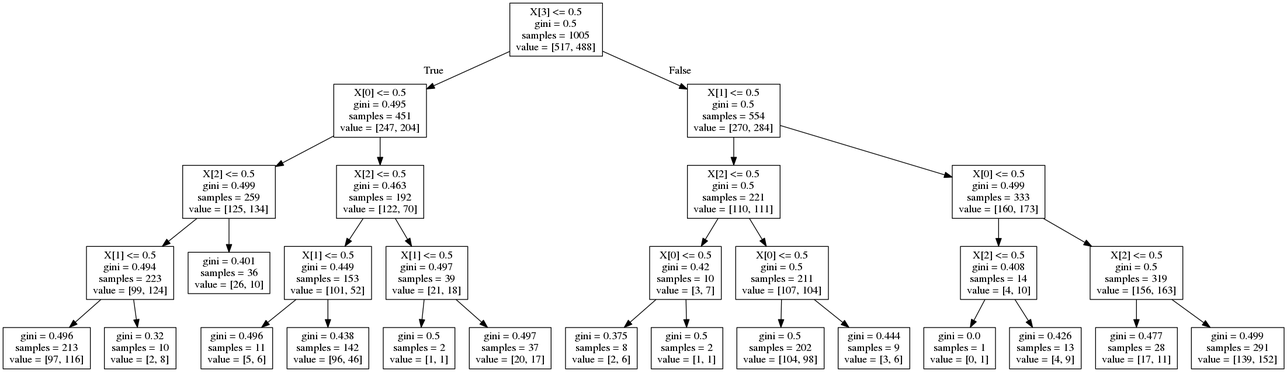
This is tree.png from eduardocurado/crypto_bot, a Graphviz export, as it was before one commit. Its source is kept beside it as tree.dot. The source it was exported from:
```dot
digraph Tree {
node [shape=box] ;
0 [label="X[3] <= 0.5\ngini = 0.5\nsamples = 1005\nvalue = [517, 488]"] ;
1 [label="X[0] <= 0.5\ngini = 0.495\nsamples = 451\nvalue = [247, 204]"] ;
0 -> 1 [labeldistance=2.5, labelangle=45, headlabel="True"] ;
2 [label="X[2] <= 0.5\ngini = 0.499\nsamples = 259\nvalue = [125, 134]"] ;
1 -> 2 ;
3 [label="X[1] <= 0.5\ngini = 0.494\nsamples = 223\nvalue = [99, 124]"] ;
2 -> 3 ;
4 [label="gini = 0.496\nsamples = 213\nvalue = [97, 116]"] ;
3 -> 4 ;
5 [label="gini = 0.32\nsamples = 10\nvalue = [2, 8]"] ;
3 -> 5 ;
6 [label="gini = 0.401\nsamples = 36\nvalue = [26, 10]"] ;
2 -> 6 ;
7 [label="X[2] <= 0.5\ngini = 0.463\nsamples = 192\nvalue = [122, 70]"] ;
1 -> 7 ;
8 [label="X[1] <= 0.5\ngini = 0.449\nsamples = 153\nvalue = [101, 52]"] ;
7 -> 8 ;
9 [label="gini = 0.496\nsamples = 11\nvalue = [5, 6]"] ;
8 -> 9 ;
10 [label="gini = 0.438\nsamples = 142\nvalue = [96, 46]"] ;
8 -> 10 ;
11 [label="X[1] <= 0.5\ngini = 0.497\nsamples = 39\nvalue = [21, 18]"] ;
7 -> 11 ;
12 [label="gini = 0.5\nsamples = 2\nvalue = [1, 1]"] ;
11 -> 12 ;
13 [label="gini = 0.497\nsamples = 37\nvalue = [20, 17]"] ;
11 -> 13 ;
14 [label="X[1] <= 0.5\ngini = 0.5\nsamples = 554\nvalue = [270, 284]"] ;
0 -> 14 [labeldistance=2.5, labelangle=-45, headlabel="False"] ;
15 [label="X[2] <= 0.5\ngini = 0.5\nsamples = 221\nvalue = [110, 111]"] ;
14 -> 15 ;
16 [label="X[0] <= 0.5\ngini = 0.42\nsamples = 10\nvalue = [3, 7]"] ;
15 -> 16 ;
17 [label="gini = 0.375\nsamples = 8\nvalue = [2, 6]"] ;
16 -> 17 ;
18 [label="gini = 0.5\nsamples = 2\nvalue = [1, 1]"] ;
16 -> 18 ;
19 [label="X[0] <= 0.5\ngini = 0.5\nsamples = 211\nvalue = [107, 104]"] ;
15 -> 19 ;
20 [label="gini = 0.5\nsamples = 202\nvalue = [104, 98]"] ;
19 -> 20 ;
21 [label="gini = 0.444\nsamples = 9\nvalue = [3, 6]"] ;
19 -> 21 ;
22 [label="X[0] <= 0.5\ngini = 0.499\nsamples = 333\nvalue = [160, 173]"] ;
14 -> 22 ;
23 [label="X[2] <= 0.5\ngini = 0.408\nsamples = 14\nvalue = [4, 10]"] ;
22 -> 23 ;
24 [label="gini = 0.0\nsamples = 1\nvalue = [0, 1]"] ;
23 -> 24 ;
25 [label="gini = 0.426\nsamples = 13\nvalue = [4, 9]"] ;
23 -> 25 ;
26 [label="X[2] <= 0.5\ngini = 0.5\nsamples = 319\nvalue = [156, 163]"] ;
22 -> 26 ;
27 [label="gini = 0.477\nsamples = 28\nvalue = [17, 11]"] ;
26 -> 27 ;
28 [label="gini = 0.499\nsamples = 291\nvalue = [139, 152]"] ;
26 -> 28 ;
}
```
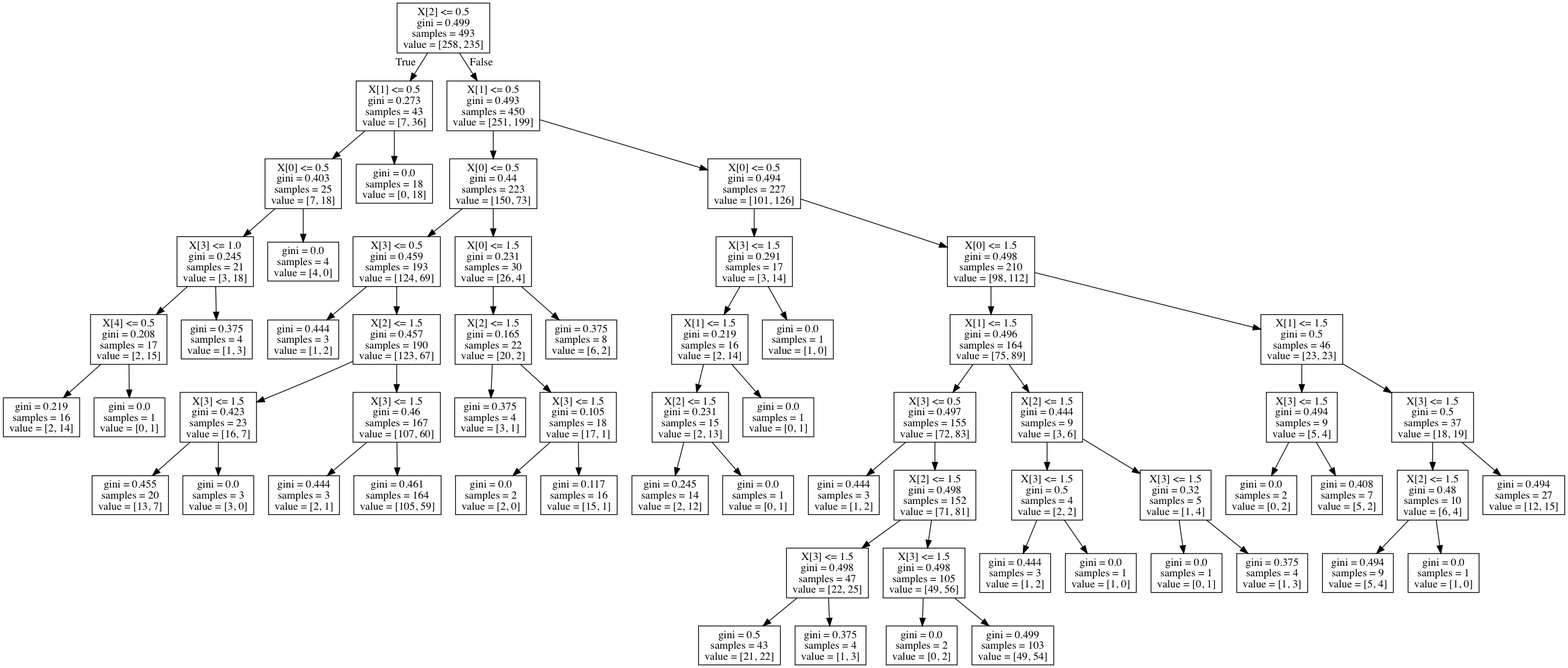
The same diagram one commit later.

The edit, as a diff of the source:
```diff
@@ -1,60 +1,128 @@
 digraph Tree {
 node [shape=box] ;
-0 [label="X[3] <= 0.5\ngini = 0.5\nsamples = 1005\nvalue = [517, 488]"] ;
-1 [label="X[0] <= 0.5\ngini = 0.495\nsamples = 451\nvalue = [247, 204]"] ;
+0 [label="X[2] <= 0.5\ngini = 0.499\nsamples = 493\nvalue = [258, 235]"] ;
+1 [label="X[1] <= 0.5\ngini = 0.273\nsamples = 43\nvalue = [7, 36]"] ;
 0 -> 1 [labeldistance=2.5, labelangle=45, headlabel="True"] ;
-2 [label="X[2] <= 0.5\ngini = 0.499\nsamples = 259\nvalue = [125, 134]"] ;
+2 [label="X[0] <= 0.5\ngini = 0.403\nsamples = 25\nvalue = [7, 18]"] ;
 1 -> 2 ;
-3 [label="X[1] <= 0.5\ngini = 0.494\nsamples = 223\nvalue = [99, 124]"] ;
+3 [label="X[3] <= 1.0\ngini = 0.245\nsamples = 21\nvalue = [3, 18]"] ;
 2 -> 3 ;
-4 [label="gini = 0.496\nsamples = 213\nvalue = [97, 116]"] ;
+4 [label="X[4] <= 0.5\ngini = 0.208\nsamples = 17\nvalue = [2, 15]"] ;
 3 -> 4 ;
-5 [label="gini = 0.32\nsamples = 10\nvalue = [2, 8]"] ;
-3 -> 5 ;
-6 [label="gini = 0.401\nsamples = 36\nvalue = [26, 10]"] ;
-2 -> 6 ;
-7 [label="X[2] <= 0.5\ngini = 0.463\nsamples = 192\nvalue = [122, 70]"] ;
-1 -> 7 ;
-8 [label="X[1] <= 0.5\ngini = 0.449\nsamples = 153\nvalue = [101, 52]"] ;
-7 -> 8 ;
-9 [label="gini = 0.496\nsamples = 11\nvalue = [5, 6]"] ;
-8 -> 9 ;
-10 [label="gini = 0.438\nsamples = 142\nvalue = [96, 46]"] ;
-8 -> 10 ;
-11 [label="X[1] <= 0.5\ngini = 0.497\nsamples = 39\nvalue = [21, 18]"] ;
-7 -> 11 ;
-12 [label="gini = 0.5\nsamples = 2\nvalue = [1, 1]"] ;
+5 [label="gini = 0.219\nsamples = 16\nvalue = [2, 14]"] ;
+4 -> 5 ;
+6 [label="gini = 0.0\nsamples = 1\nvalue = [0, 1]"] ;
+4 -> 6 ;
+7 [label="gini = 0.375\nsamples = 4\nvalue = [1, 3]"] ;
+3 -> 7 ;
+8 [label="gini = 0.0\nsamples = 4\nvalue = [4, 0]"] ;
+2 -> 8 ;
+9 [label="gini = 0.0\nsamples = 18\nvalue = [0, 18]"] ;
+1 -> 9 ;
+10 [label="X[1] <= 0.5\ngini = 0.493\nsamples = 450\nvalue = [251, 199]"] ;
+0 -> 10 [labeldistance=2.5, labelangle=-45, headlabel="False"] ;
+11 [label="X[0] <= 0.5\ngini = 0.44\nsamples = 223\nvalue = [150, 73]"] ;
+10 -> 11 ;
+12 [label="X[3] <= 0.5\ngini = 0.459\nsamples = 193\nvalue = [124, 69]"] ;
 11 -> 12 ;
-13 [label="gini = 0.497\nsamples = 37\nvalue = [20, 17]"] ;
-11 -> 13 ;
-14 [label="X[1] <= 0.5\ngini = 0.5\nsamples = 554\nvalue = [270, 284]"] ;
-0 -> 14 [labeldistance=2.5, labelangle=-45, headlabel="False"] ;
-15 [label="X[2] <= 0.5\ngini = 0.5\nsamples = 221\nvalue = [110, 111]"] ;
+13 [label="gini = 0.444\nsamples = 3\nvalue = [1, 2]"] ;
+12 -> 13 ;
+14 [label="X[2] <= 1.5\ngini = 0.457\nsamples = 190\nvalue = [123, 67]"] ;
+12 -> 14 ;
+15 [label="X[3] <= 1.5\ngini = 0.423\nsamples = 23\nvalue = [16, 7]"] ;
 14 -> 15 ;
-16 [label="X[0] <= 0.5\ngini = 0.42\nsamples = 10\nvalue = [3, 7]"] ;
+16 [label="gini = 0.455\nsamples = 20\nvalue = [13, 7]"] ;
 15 -> 16 ;
-17 [label="gini = 0.375\nsamples = 8\nvalue = [2, 6]"] ;
-16 -> 17 ;
-18 [label="gini = 0.5\nsamples = 2\nvalue = [1, 1]"] ;
-16 -> 18 ;
-19 [label="X[0] <= 0.5\ngini = 0.5\nsamples = 211\nvalue = [107, 104]"] ;
-15 -> 19 ;
-20 [label="gini = 0.5\nsamples = 202\nvalue = [104, 98]"] ;
-19 -> 20 ;
-21 [label="gini = 0.444\nsamples = 9\nvalue = [3, 6]"] ;
-19 -> 21 ;
-22 [label="X[0] <= 0.5\ngini = 0.499\nsamples = 333\nvalue = [160, 173]"] ;
-14 -> 22 ;
-23 [label="X[2] <= 0.5\ngini = 0.408\nsamples = 14\nvalue = [4, 10]"] ;
+17 [label="gini = 0.0\nsamples = 3\nvalue = [3, 0]"] ;
+15 -> 17 ;
+18 [label="X[3] <= 1.5\ngini = 0.46\nsamples = 167\nvalue = [107, 60]"] ;
+14 -> 18 ;
+19 [label="gini = 0.444\nsamples = 3\nvalue = [2, 1]"] ;
+18 -> 19 ;
+20 [label="gini = 0.461\nsamples = 164\nvalue = [105, 59]"] ;
+18 -> 20 ;
+21 [label="X[0] <= 1.5\ngini = 0.231\nsamples = 30\nvalue = [26, 4]"] ;
+11 -> 21 ;
+22 [label="X[2] <= 1.5\ngini = 0.165\nsamples = 22\nvalue = [20, 2]"] ;
+21 -> 22 ;
+23 [label="gini = 0.375\nsamples = 4\nvalue = [3, 1]"] ;
 22 -> 23 ;
-24 [label="gini = 0.0\nsamples = 1\nvalue = [0, 1]"] ;
-23 -> 24 ;
-25 [label="gini = 0.426\nsamples = 13\nvalue = [4, 9]"] ;
-23 -> 25 ;
-26 [label="X[2] <= 0.5\ngini = 0.5\nsamples = 319\nvalue = [156, 163]"] ;
-22 -> 26 ;
-27 [label="gini = 0.477\nsamples = 28\nvalue = [17, 11]"] ;
-26 -> 27 ;
-28 [label="gini = 0.499\nsamples = 291\nvalue = [139, 152]"] ;
-26 -> 28 ;
+24 [label="X[3] <= 1.5\ngini = 0.105\nsamples = 18\nvalue = [17, 1]"] ;
+22 -> 24 ;
+25 [label="gini = 0.0\nsamples = 2\nvalue = [2, 0]"] ;
+24 -> 25 ;
+26 [label="gini = 0.117\nsamples = 16\nvalue = [15, 1]"] ;
+24 -> 26 ;
+27 [label="gini = 0.375\nsamples = 8\nvalue = [6, 2]"] ;
+21 -> 27 ;
+28 [label="X[0] <= 0.5\ngini = 0.494\nsamples = 227\nvalue = [101, 126]"] ;
+10 -> 28 ;
+29 [label="X[3] <= 1.5\ngini = 0.291\nsamples = 17\nvalue = [3, 14]"] ;
+28 -> 29 ;
+30 [label="X[1] <= 1.5\ngini = 0.219\nsamples = 16\nvalue = [2, 14]"] ;
+29 -> 30 ;
+31 [label="X[2] <= 1.5\ngini = 0.231\nsamples = 15\nvalue = [2, 13]"] ;
+30 -> 31 ;
+32 [label="gini = 0.245\nsamples = 14\nvalue = [2, 12]"] ;
+31 -> 32 ;
+33 [label="gini = 0.0\nsamples = 1\nvalue = [0, 1]"] ;
+31 -> 33 ;
+34 [label="gini = 0.0\nsamples = 1\nvalue = [0, 1]"] ;
+30 -> 34 ;
+35 [label="gini = 0.0\nsamples = 1\nvalue = [1, 0]"] ;
+29 -> 35 ;
+36 [label="X[0] <= 1.5\ngini = 0.498\nsamples = 210\nvalue = [98, 112]"] ;
+28 -> 36 ;
+37 [label="X[1] <= 1.5\ngini = 0.496\nsamples = 164\nvalue = [75, 89]"] ;
+36 -> 37 ;
+38 [label="X[3] <= 0.5\ngini = 0.497\nsamples = 155\nvalue = [72, 83]"] ;
+37 -> 38 ;
+39 [label="gini = 0.444\nsamples = 3\nvalue = [1, 2]"] ;
+38 -> 39 ;
+40 [label="X[2] <= 1.5\ngini = 0.498\nsamples = 152\nvalue = [71, 81]"] ;
+38 -> 40 ;
+41 [label="X[3] <= 1.5\ngini = 0.498\nsamples = 47\nvalue = [22, 25]"] ;
+40 -> 41 ;
+42 [label="gini = 0.5\nsamples = 43\nvalue = [21, 22]"] ;
+41 -> 42 ;
+43 [label="gini = 0.375\nsamples = 4\nvalue = [1, 3]"] ;
+41 -> 43 ;
+44 [label="X[3] <= 1.5\ngini = 0.498\nsamples = 105\nvalue = [49, 56]"] ;
+40 -> 44 ;
+45 [label="gini = 0.0\nsamples = 2\nvalue = [0, 2]"] ;
+44 -> 45 ;
+46 [label="gini = 0.499\nsamples = 103\nvalue = [49, 54]"] ;
+44 -> 46 ;
+47 [label="X[2] <= 1.5\ngini = 0.444\nsamples = 9\nvalue = [3, 6]"] ;
+37 -> 47 ;
+48 [label="X[3] <= 1.5\ngini = 0.5\nsamples = 4\nvalue = [2, 2]"] ;
+47 -> 48 ;
+49 [label="gini = 0.444\nsamples = 3\nvalue = [1, 2]"] ;
+48 -> 49 ;
+50 [label="gini = 0.0\nsamples = 1\nvalue = [1, 0]"] ;
+48 -> 50 ;
+51 [label="X[3] <= 1.5\ngini = 0.32\nsamples = 5\nvalue = [1, 4]"] ;
+47 -> 51 ;
+52 [label="gini = 0.0\nsamples = 1\nvalue = [0, 1]"] ;
+51 -> 52 ;
+53 [label="gini = 0.375\nsamples = 4\nvalue = [1, 3]"] ;
+51 -> 53 ;
+54 [label="X[1] <= 1.5\ngini = 0.5\nsamples = 46\nvalue = [23, 23]"] ;
+36 -> 54 ;
+55 [label="X[3] <= 1.5\ngini = 0.494\nsamples = 9\nvalue = [5, 4]"] ;
+54 -> 55 ;
+56 [label="gini = 0.0\nsamples = 2\nvalue = [0, 2]"] ;
+55 -> 56 ;
+57 [label="gini = 0.408\nsamples = 7\nvalue = [5, 2]"] ;
+55 -> 57 ;
+58 [label="X[3] <= 1.5\ngini = 0.5\nsamples = 37\nvalue = [18, 19]"] ;
+54 -> 58 ;
+59 [label="X[2] <= 1.5\ngini = 0.48\nsamples = 10\nvalue = [6, 4]"] ;
+58 -> 59 ;
+60 [label="gini = 0.494\nsamples = 9\nvalue = [5, 4]"] ;
+59 -> 60 ;
+61 [label="gini = 0.0\nsamples = 1\nvalue = [1, 0]"] ;
+59 -> 61 ;
+62 [label="gini = 0.494\nsamples = 27\nvalue = [12, 15]"] ;
+58 -> 62 ;
 }
```
